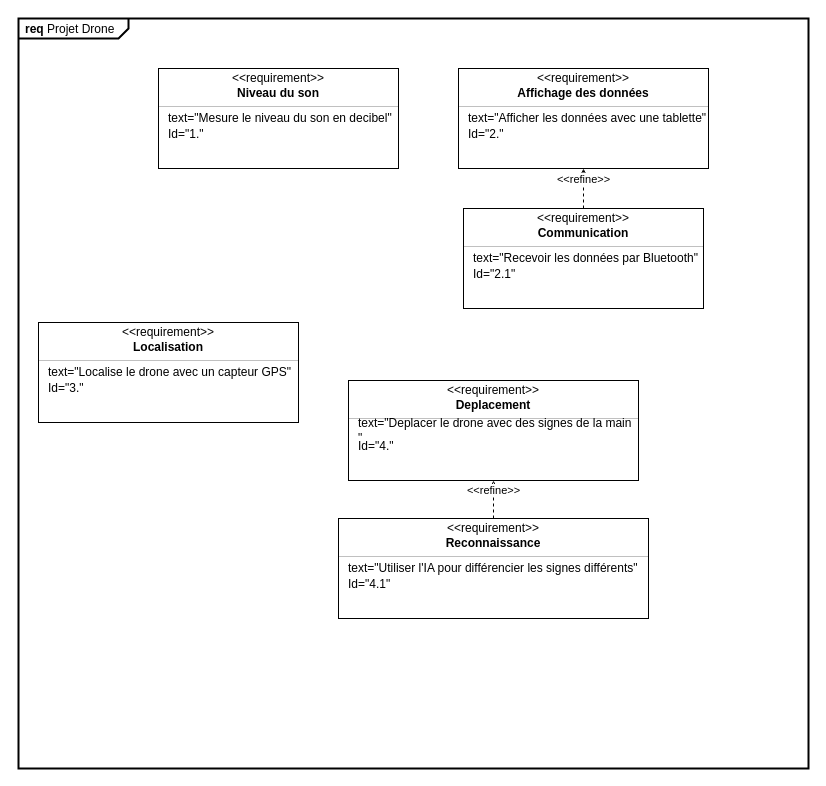
Letsuchinoko/Projet_Drone keeps this draw.io diagram as page "Diagrammes des exigences" (1 of 3) of Documents/Diagramme Sysml.drawio. Above is the earlier version. Source tidied: cells renumbered, new cells numbered last; positions are measured from the earlier drawing's top-left corner, leaving out a move shared by most shapes. Both pictures are drawn from the tidied source at 100%, with x=0, y=0 at pixel (18, 18).
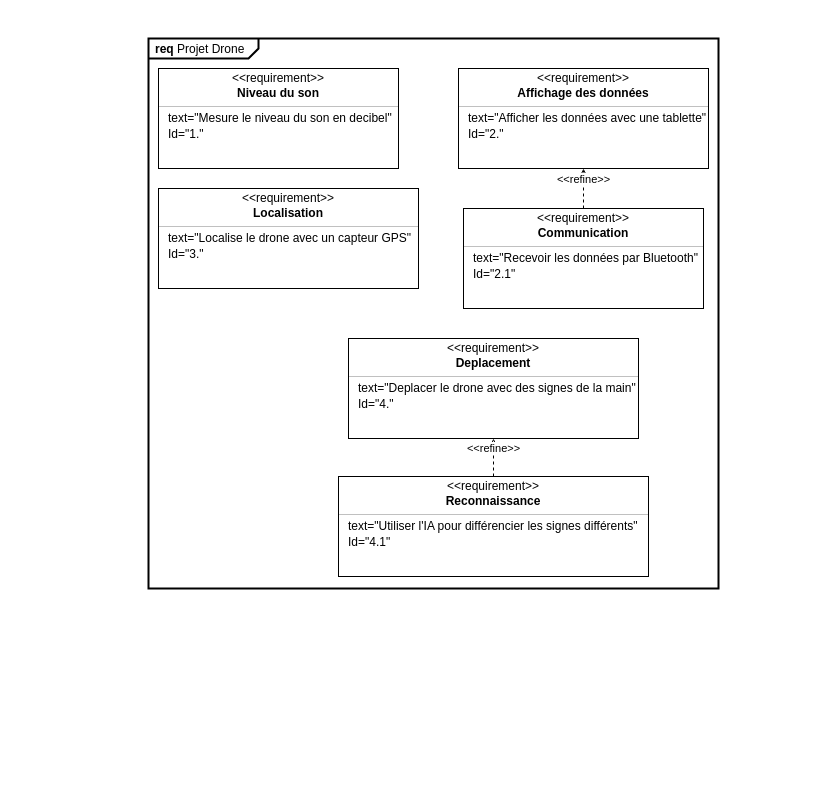
The same page after the edit.

What changed in the source:
```diff
@@
     <mxCell id="2" value="&lt;p style=&quot;margin:0px;margin-top:4px;margin-left:7px;text-align:left;&quot;&gt;&lt;b&gt;req&lt;/b&gt;&amp;nbsp;Projet Drone&lt;/p&gt;" style="html=1;shape=mxgraph.sysml.package;overflow=fill;labelX=110;strokeWidth=2;align=center;" parent="1" vertex="1">
-      <mxGeometry width="790" height="750" as="geometry" />
+      <mxGeometry x="130" y="20" width="570" height="550" as="geometry" />
     </mxCell>
@@
     <mxCell id="17" style="fontStyle=1;align=center;verticalAlign=middle;horizontal=1;" parent="1" vertex="1">
-      <mxGeometry x="20" y="304" width="260" height="100" as="geometry" />
+      <mxGeometry x="140" y="170" width="260" height="100" as="geometry" />
     </mxCell>
@@
     <mxCell id="32" style="fontStyle=1;align=center;verticalAlign=middle;horizontal=1;" parent="1" vertex="1">
-      <mxGeometry x="330" y="362" width="290" height="100" as="geometry" />
+      <mxGeometry x="330" y="320" width="290" height="100" as="geometry" />
     </mxCell>
@@
-    <mxCell id="36" value="text=&quot;Deplacer le drone avec des signes de la main&lt;div&gt;&quot;&lt;/div&gt;" style="html=1;align=left;spacing=0;verticalAlign=middle;strokeColor=none;fillColor=none;whiteSpace=wrap;spacingLeft=10;" parent="32" vertex="1">
+    <mxCell id="36" value="text=&quot;Deplacer le drone avec des signes de la main&lt;span style=&quot;background-color: transparent; color: light-dark(rgb(0, 0, 0), rgb(255, 255, 255));&quot;&gt;&quot;&lt;/span&gt;" style="html=1;align=left;spacing=0;verticalAlign=middle;strokeColor=none;fillColor=none;whiteSpace=wrap;spacingLeft=10;" parent="32" vertex="1">
       <mxGeometry y="42" width="290" height="16" as="geometry" />
     </mxCell>
@@
     <mxCell id="39" style="fontStyle=1;align=center;verticalAlign=middle;horizontal=1;" parent="1" vertex="1">
-      <mxGeometry x="320" y="500" width="310" height="100" as="geometry" />
+      <mxGeometry x="320" y="458" width="310" height="100" as="geometry" />
     </mxCell>
```
